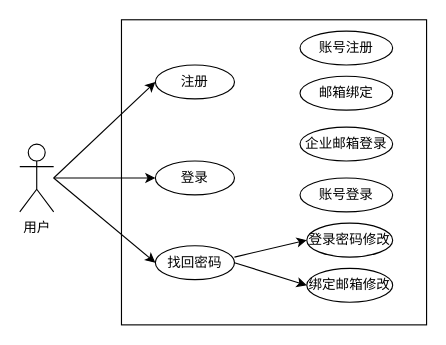
Above: 毕业设计.drawio in fydgmy/jubilant-potato (draw.io), before the change. Source tidied: cells renumbered, new cells numbered last; positions are measured from the earlier drawing's top-left corner, leaving out a move shared by most shapes. Both pictures are drawn from the tidied source at 113%, with x=0, y=0 at pixel (19, 19).
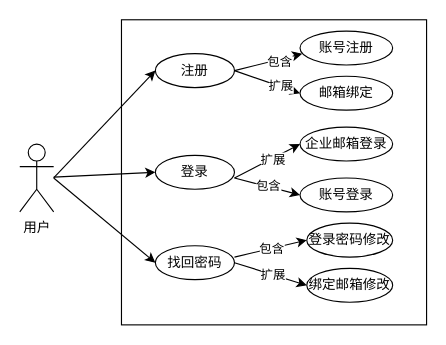
After the change.

Commit message (it also covers changes not shown here):
更新毕业设计.drawio

The change refers to these unchanged cells:
```xml
<mxCell id="7" value="账号注册" style="ellipse;whiteSpace=wrap;html=1;" parent="1" vertex="1">
  <mxGeometry x="248" y="10" width="82" height="30" as="geometry" />
</mxCell>
<mxCell id="8" value="邮箱绑定" style="ellipse;whiteSpace=wrap;html=1;" parent="1" vertex="1">
  <mxGeometry x="248" y="50" width="82" height="30" as="geometry" />
</mxCell>
<mxCell id="9" value="企业邮箱登录" style="ellipse;whiteSpace=wrap;html=1;" parent="1" vertex="1">
  <mxGeometry x="248" y="95" width="82" height="30" as="geometry" />
</mxCell>
<mxCell id="10" value="账号登录" style="ellipse;whiteSpace=wrap;html=1;" parent="1" vertex="1">
  <mxGeometry x="248" y="140" width="82" height="30" as="geometry" />
</mxCell>
<mxCell id="16" style="endArrow=classic;html=1;rounded=0;entryX=0;entryY=0.5;entryDx=0;entryDy=0;" parent="1" edge="1" target="11">
  <mxGeometry relative="1" as="geometry">
    <mxPoint x="190" y="210" as="sourcePoint" />
  </mxGeometry>
</mxCell>
<mxCell id="17" style="endArrow=classic;html=1;rounded=0;entryX=0;entryY=0.5;entryDx=0;entryDy=0;exitX=1;exitY=0.5;exitDx=0;exitDy=0;" parent="1" edge="1" source="6" target="12">
  <mxGeometry relative="1" as="geometry" />
</mxCell>
```

Change to the diagram source:
```diff
@@
     <mxCell id="4" value="注册" style="ellipse;whiteSpace=wrap;html=1;" parent="1" vertex="1">
-      <mxGeometry x="120" y="40" width="70" height="30" as="geometry" />
+      <mxGeometry x="120" y="30" width="70" height="30" as="geometry" />
     </mxCell>
     <mxCell id="5" value="登录" style="ellipse;whiteSpace=wrap;html=1;" parent="1" vertex="1">
-      <mxGeometry x="120" y="125" width="70" height="30" as="geometry" />
+      <mxGeometry x="120" y="120" width="70" height="30" as="geometry" />
     </mxCell>
@@
+    <mxCell id="18" value="包含" style="edgeLabel;html=1;align=center;verticalAlign=middle;" parent="16" vertex="1">
+      <mxGeometry x="0.01" relative="1" as="geometry" />
+    </mxCell>
@@
+    <mxCell id="19" value="扩展" style="edgeLabel;html=1;align=center;verticalAlign=middle;" parent="17" vertex="1">
+      <mxGeometry x="0.04" relative="1" as="geometry" />
+    </mxCell>
+    <mxCell id="20" style="endArrow=classic;html=1;rounded=0;entryX=0;entryY=0.5;entryDx=0;entryDy=0;" parent="1" edge="1" target="9">
+      <mxGeometry relative="1" as="geometry">
+        <mxPoint x="190" y="140" as="sourcePoint" />
+      </mxGeometry>
+    </mxCell>
+    <mxCell id="21" value="扩展" style="edgeLabel;html=1;align=center;verticalAlign=middle;" parent="20" vertex="1">
+      <mxGeometry x="0.12" y="-1" relative="1" as="geometry" />
+    </mxCell>
+    <mxCell id="22" style="endArrow=classic;html=1;rounded=0;entryX=0;entryY=0.5;entryDx=0;entryDy=0;" parent="1" edge="1" target="10">
+      <mxGeometry relative="1" as="geometry">
+        <mxPoint x="190" y="140" as="sourcePoint" />
+      </mxGeometry>
+    </mxCell>
+    <mxCell id="23" value="包含" style="edgeLabel;html=1;align=center;verticalAlign=middle;" parent="22" vertex="1">
+      <mxGeometry x="0.01" y="1" relative="1" as="geometry" />
+    </mxCell>
+    <mxCell id="24" style="endArrow=classic;html=1;rounded=0;entryX=0.024;entryY=0.667;entryDx=0;entryDy=0;exitX=1;exitY=0.5;exitDx=0;exitDy=0;entryPerimeter=0;" parent="1" edge="1" source="4" target="7">
+      <mxGeometry relative="1" as="geometry" />
+    </mxCell>
+    <mxCell id="25" value="包含" style="edgeLabel;html=1;align=center;verticalAlign=middle;" parent="24" vertex="1">
+      <mxGeometry x="0.3" y="-1" relative="1" as="geometry" />
+    </mxCell>
+    <mxCell id="26" style="endArrow=classic;html=1;rounded=0;entryX=0;entryY=0.5;entryDx=0;entryDy=0;exitX=1;exitY=0.5;exitDx=0;exitDy=0;" parent="1" edge="1" source="4" target="8">
+      <mxGeometry relative="1" as="geometry" />
+    </mxCell>
+    <mxCell id="27" value="扩展" style="edgeLabel;html=1;align=center;verticalAlign=middle;" parent="26" vertex="1">
+      <mxGeometry x="0.39" y="1" relative="1" as="geometry" />
+    </mxCell>
```
